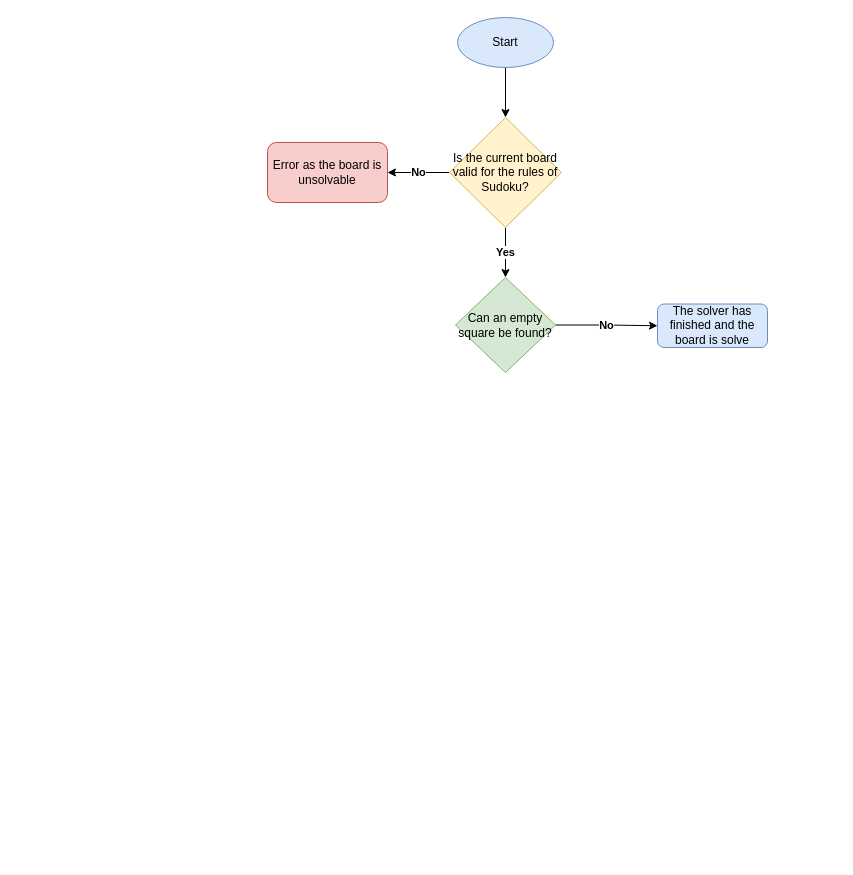
Earlier version of the draw.io diagram Sudoku/Solver_algorithm_flowchart.drawio (Theo-Coop/NEA). Source tidied: cells renumbered, new cells numbered last; positions are measured from the earlier drawing's top-left corner, leaving out a move shared by most shapes. Both pictures are drawn from the tidied source at 100%, with x=0, y=0 at pixel (267, 17).
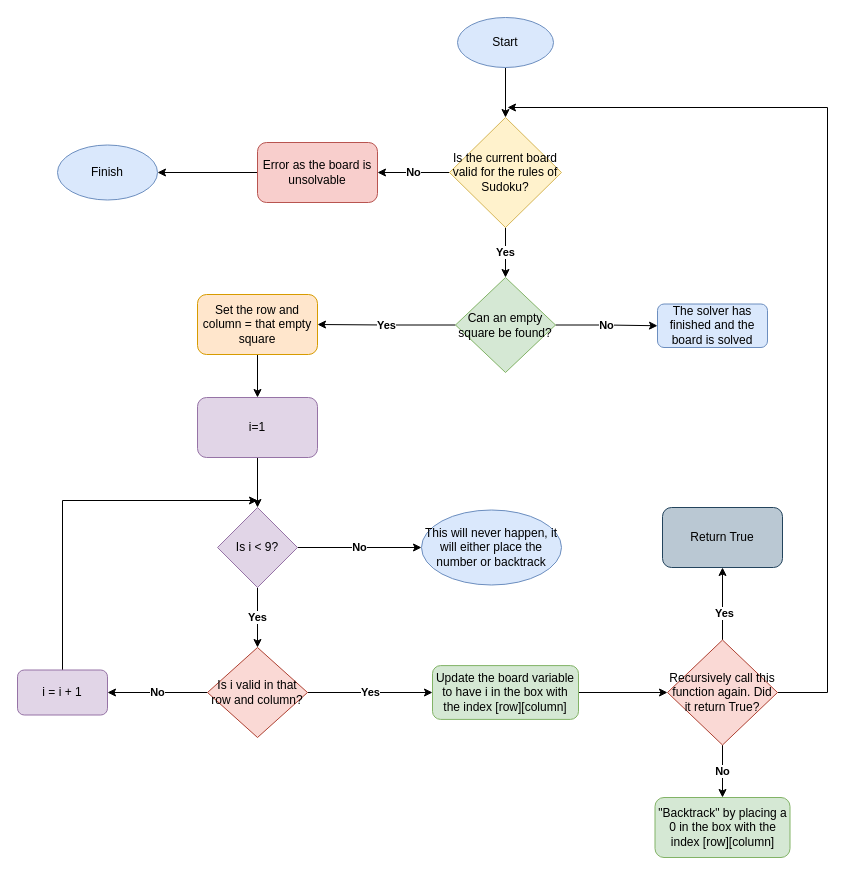
After the change.

Unchanged cells that the change refers to:
```xml
<mxCell id="9" value="Can an empty square be found?" style="rhombus;whiteSpace=wrap;html=1;fillColor=#d5e8d4;strokeColor=#82b366;" parent="1" vertex="1">
  <mxGeometry x="188" y="260" width="100" height="95" as="geometry" />
</mxCell>
```

What changed in the source:
```diff
@@
+    <mxCell id="11" style="edgeStyle=orthogonalEdgeStyle;rounded=0;jettySize=auto;html=1;" parent="1" edge="1" source="7" target="35">
+      <mxGeometry relative="1" as="geometry" />
+    </mxCell>
     <mxCell id="7" value="Error as the board is unsolvable" style="rounded=1;whiteSpace=wrap;html=1;fillColor=#f8cecc;strokeColor=#b85450;" parent="1" vertex="1">
-      <mxGeometry y="125" width="120" height="60" as="geometry" />
+      <mxGeometry x="-10" y="125" width="120" height="60" as="geometry" />
     </mxCell>
@@
+    <mxCell id="12" value="&lt;b&gt;Yes&lt;/b&gt;" style="edgeStyle=orthogonalEdgeStyle;rounded=0;jettySize=auto;html=1;entryX=1;entryY=0.5;entryDx=0;entryDy=0;" parent="1" edge="1" source="9" target="14">
+      <mxGeometry relative="1" as="geometry" />
+    </mxCell>
@@
-    <mxCell id="10" value="The solver has finished and the board is solve" style="rounded=1;whiteSpace=wrap;html=1;fillColor=#dae8fc;strokeColor=#6c8ebf;" parent="1" vertex="1">
+    <mxCell id="10" value="The solver has finished and the board is solved" style="rounded=1;whiteSpace=wrap;html=1;fillColor=#dae8fc;strokeColor=#6c8ebf;" parent="1" vertex="1">
       <mxGeometry x="390" y="286.5" width="110" height="43.5" as="geometry" />
     </mxCell>
+    <mxCell id="13" style="edgeStyle=orthogonalEdgeStyle;rounded=0;jettySize=auto;html=1;entryX=0.5;entryY=0;entryDx=0;entryDy=0;" parent="1" edge="1" source="14" target="16">
+      <mxGeometry relative="1" as="geometry" />
+    </mxCell>
+    <mxCell id="14" value="Set the row and column = that empty square" style="rounded=1;whiteSpace=wrap;html=1;fillColor=#ffe6cc;strokeColor=#d79b00;" parent="1" vertex="1">
+      <mxGeometry x="-70" y="277" width="120" height="60" as="geometry" />
+    </mxCell>
+    <mxCell id="15" style="edgeStyle=orthogonalEdgeStyle;rounded=0;jettySize=auto;html=1;entryX=0.5;entryY=0;entryDx=0;entryDy=0;" parent="1" edge="1" source="16" target="19">
+      <mxGeometry relative="1" as="geometry" />
+    </mxCell>
+    <mxCell id="16" value="i=1" style="rounded=1;whiteSpace=wrap;html=1;fillColor=#e1d5e7;strokeColor=#9673a6;" parent="1" vertex="1">
+      <mxGeometry x="-70" y="380" width="120" height="60" as="geometry" />
+    </mxCell>
+    <mxCell id="17" value="&lt;b&gt;No&lt;/b&gt;" style="edgeStyle=orthogonalEdgeStyle;rounded=0;jettySize=auto;html=1;entryX=0;entryY=0.5;entryDx=0;entryDy=0;" parent="1" edge="1" source="19" target="20">
+      <mxGeometry relative="1" as="geometry" />
+    </mxCell>
+    <mxCell id="18" value="&lt;b&gt;Yes&lt;/b&gt;" style="edgeStyle=orthogonalEdgeStyle;rounded=0;jettySize=auto;html=1;entryX=0.5;entryY=0;entryDx=0;entryDy=0;" parent="1" edge="1" source="19" target="23">
+      <mxGeometry relative="1" as="geometry" />
+    </mxCell>
+    <mxCell id="19" value="Is i &amp;lt; 9?" style="rhombus;whiteSpace=wrap;html=1;fillColor=#e1d5e7;strokeColor=#9673a6;" parent="1" vertex="1">
+      <mxGeometry x="-50" y="490" width="80" height="80" as="geometry" />
+    </mxCell>
+    <mxCell id="20" value="This will never happen, it will either place the number or backtrack" style="ellipse;whiteSpace=wrap;html=1;fillColor=#dae8fc;strokeColor=#6c8ebf;" parent="1" vertex="1">
+      <mxGeometry x="154" y="492.5" width="140" height="75" as="geometry" />
+    </mxCell>
+    <mxCell id="21" value="&lt;b&gt;No&lt;/b&gt;" style="edgeStyle=orthogonalEdgeStyle;rounded=0;jettySize=auto;html=1;entryX=1;entryY=0.5;entryDx=0;entryDy=0;" parent="1" edge="1" source="23" target="25">
+      <mxGeometry relative="1" as="geometry" />
+    </mxCell>
+    <mxCell id="22" value="&lt;b&gt;Yes&lt;/b&gt;" style="edgeStyle=orthogonalEdgeStyle;rounded=0;jettySize=auto;html=1;entryX=0;entryY=0.5;entryDx=0;entryDy=0;" parent="1" edge="1" source="23" target="27">
+      <mxGeometry relative="1" as="geometry" />
+    </mxCell>
+    <mxCell id="23" value="Is i valid in that row and column?" style="rhombus;whiteSpace=wrap;html=1;fillColor=#fad9d5;strokeColor=#ae4132;" parent="1" vertex="1">
+      <mxGeometry x="-60" y="630" width="100" height="90" as="geometry" />
+    </mxCell>
+    <mxCell id="24" style="edgeStyle=orthogonalEdgeStyle;rounded=0;jettySize=auto;html=1;" parent="1" edge="1" source="25">
+      <mxGeometry relative="1" as="geometry">
+        <mxPoint x="-10" y="483" as="targetPoint" />
+        <Array as="points">
+          <mxPoint x="-205" y="483" />
+        </Array>
+      </mxGeometry>
+    </mxCell>
+    <mxCell id="25" value="i = i + 1" style="rounded=1;whiteSpace=wrap;html=1;fillColor=#e1d5e7;strokeColor=#9673a6;" parent="1" vertex="1">
+      <mxGeometry x="-250" y="652.5" width="90" height="45" as="geometry" />
+    </mxCell>
+    <mxCell id="26" style="edgeStyle=orthogonalEdgeStyle;rounded=0;jettySize=auto;html=1;entryX=0;entryY=0.5;entryDx=0;entryDy=0;" parent="1" edge="1" source="27" target="32">
+      <mxGeometry relative="1" as="geometry" />
+    </mxCell>
+    <mxCell id="27" value="Update the board variable to have i in the box with the index [row][column]" style="rounded=1;whiteSpace=wrap;html=1;fillColor=#d5e8d4;strokeColor=#82b366;" parent="1" vertex="1">
+      <mxGeometry x="165" y="648.1" width="146" height="53.8" as="geometry" />
+    </mxCell>
+    <mxCell id="28" style="edgeStyle=orthogonalEdgeStyle;rounded=0;jettySize=auto;html=1;" parent="1" edge="1" source="32">
+      <mxGeometry relative="1" as="geometry">
+        <mxPoint x="240" y="90" as="targetPoint" />
+        <Array as="points">
+          <mxPoint x="560" y="675" />
+          <mxPoint x="560" y="90" />
+        </Array>
+      </mxGeometry>
+    </mxCell>
+    <mxCell id="29" style="edgeStyle=orthogonalEdgeStyle;rounded=0;jettySize=auto;html=1;" parent="1" edge="1" source="32" target="33">
+      <mxGeometry relative="1" as="geometry" />
+    </mxCell>
+    <mxCell id="30" value="&lt;b&gt;Yes&lt;/b&gt;" style="edgeLabel;html=1;align=center;verticalAlign=middle;" parent="29" vertex="1">
+      <mxGeometry x="-0.26" y="-1" relative="1" as="geometry" />
+    </mxCell>
+    <mxCell id="31" value="&lt;b&gt;No&lt;/b&gt;" style="edgeStyle=orthogonalEdgeStyle;rounded=0;jettySize=auto;html=1;entryX=0.5;entryY=0;entryDx=0;entryDy=0;" parent="1" edge="1" source="32" target="34">
+      <mxGeometry relative="1" as="geometry" />
+    </mxCell>
+    <mxCell id="32" value="Recursively call this function again. Did it return True?" style="rhombus;whiteSpace=wrap;html=1;fillColor=#fad9d5;strokeColor=#ae4132;" parent="1" vertex="1">
+      <mxGeometry x="400" y="622.5" width="110" height="105" as="geometry" />
+    </mxCell>
+    <mxCell id="33" value="Return True" style="rounded=1;whiteSpace=wrap;html=1;fillColor=#bac8d3;strokeColor=#23445d;" parent="1" vertex="1">
+      <mxGeometry x="395" y="490" width="120" height="60" as="geometry" />
+    </mxCell>
+    <mxCell id="34" value="&quot;Backtrack&quot; by placing a 0 in the box with the index [row][column]" style="rounded=1;whiteSpace=wrap;html=1;fillColor=#d5e8d4;strokeColor=#82b366;" parent="1" vertex="1">
+      <mxGeometry x="387.5" y="780" width="135" height="60" as="geometry" />
+    </mxCell>
+    <mxCell id="35" value="Finish" style="ellipse;whiteSpace=wrap;html=1;fillColor=#dae8fc;strokeColor=#6c8ebf;" parent="1" vertex="1">
+      <mxGeometry x="-210" y="127.5" width="100" height="55" as="geometry" />
+    </mxCell>
```
